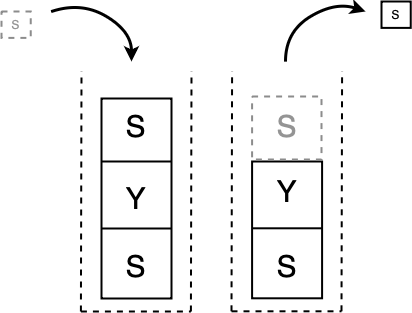
Earlier version of the draw.io export stack/doc/stack-data-structure.png (syniol/golang-data-structures). Source tidied: cells renumbered, new cells last; positions are measured from the earlier drawing's top-left corner, leaving out a move shared by most shapes.
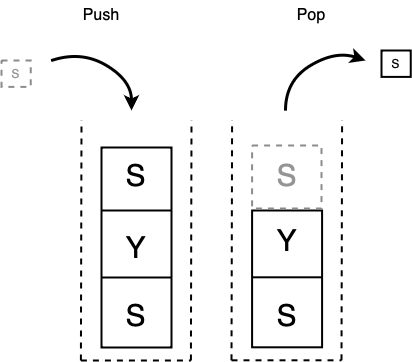
Later version of the same file.

Commit message:
Added Stack DS diagram

Diff of the diagram source:
```diff
@@ -118,5 +118,11 @@
     <mxCell id="23" style="rounded=0;whiteSpace=wrap;html=1;fillColor=none;dashed=1;strokeWidth=2;strokeColor=#8C8C8C;" parent="1" vertex="1">
       <mxGeometry x="250.6" y="95" width="69.4" height="63" as="geometry" />
     </mxCell>
+    <mxCell id="24" value="Push" style="text;html=1;align=center;verticalAlign=middle;whiteSpace=wrap;rounded=0;fontSize=16;fontStyle=0;" parent="1" vertex="1">
+      <mxGeometry x="70" y="-50" width="60" height="30" as="geometry" />
+    </mxCell>
+    <mxCell id="25" value="Pop" style="text;html=1;align=center;verticalAlign=middle;whiteSpace=wrap;rounded=0;fontSize=16;fontStyle=0;" parent="1" vertex="1">
+      <mxGeometry x="280" y="-50" width="60" height="30" as="geometry" />
+    </mxCell>
   </root>
 </mxGraphModel>
```
